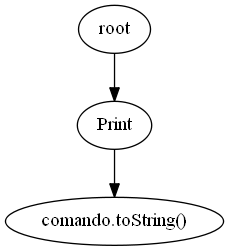
Before: SoftwareArit/AST.png, a diagram exported from Graphviz (EverChicas/ARIT). Its source is kept beside it as SoftwareArit/AST.dot.
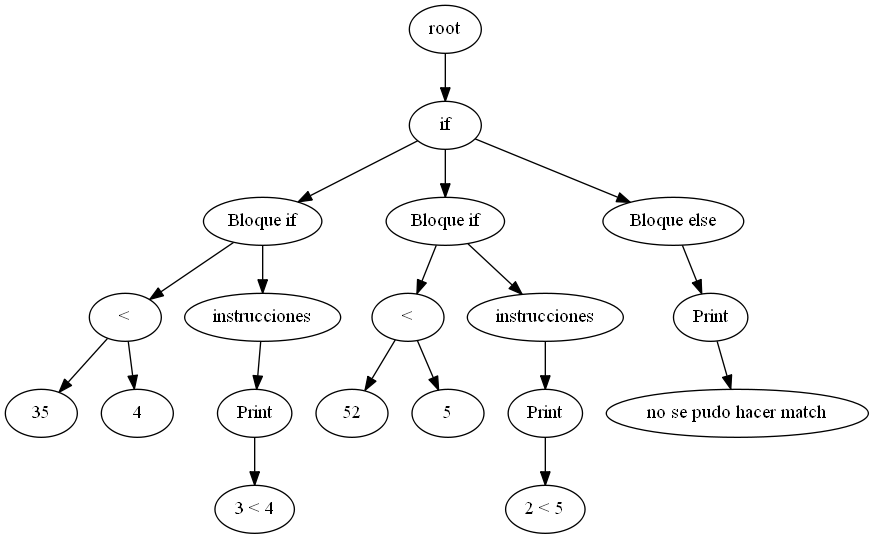
The same file after the commit.

Change to the diagram source:
```diff
@@ -1,8 +1,44 @@
 digraph G{
-3 [label = "root"];
-1 [label = "comando.toString()"];
-2 [label = "Print"];
-2 -> 1;
+20 [label = "root"];
+19[label = "if"];
+1 [label = "35"];
+3 [label = "<"];
+3 -> 1;
+2 [label = "4"];
+3 [label = "<"];
 3 -> 2;
+7 [label = "Bloque if"];
+7 -> 3;
+6[label = "instrucciones"];
+4 [label = "3 < 4"];
+5 [label = "Print"];
+5 -> 4;
+6 -> 5;
+7 [label = "Bloque if"];
+7 -> 6;
+8 [label = "52"];
+10 [label = "<"];
+10 -> 8;
+9 [label = "5"];
+10 [label = "<"];
+10 -> 9;
+14 [label = "Bloque if"];
+14 -> 10;
+13[label = "instrucciones"];
+11 [label = "2 < 5"];
+12 [label = "Print"];
+12 -> 11;
+13 -> 12;
+14 [label = "Bloque if"];
+14 -> 13;
+18[label = "Bloque else"];
+15 [label = "no se pudo hacer match"];
+16 [label = "Print"];
+16 -> 15;
+18 -> 16;
+19 -> 7;
+19 -> 14;
+19 -> 18;
+20 -> 19;
 
 }
```
